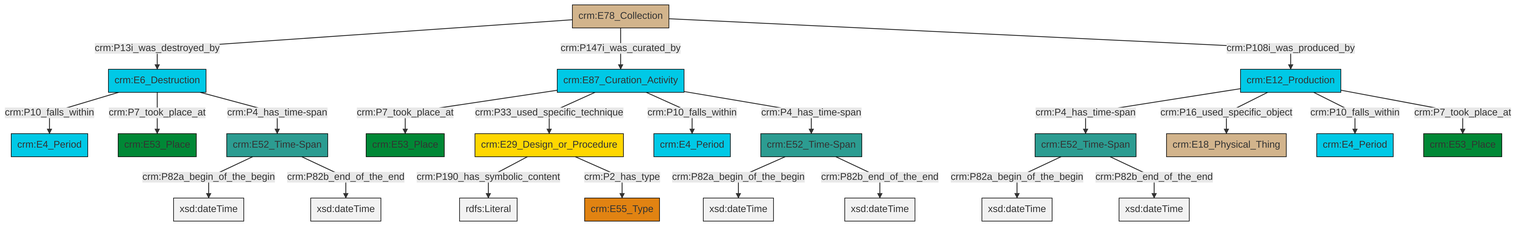
The Mermaid diagram et/archivalCSV/ttl/mmd/png/archival_existence.png in swiss-art-research-net/docs.swissartresearch, before a commit. Its source is kept beside it as et/archivalCSV/ttl/mmd/archival_existence.ttl.mmd.
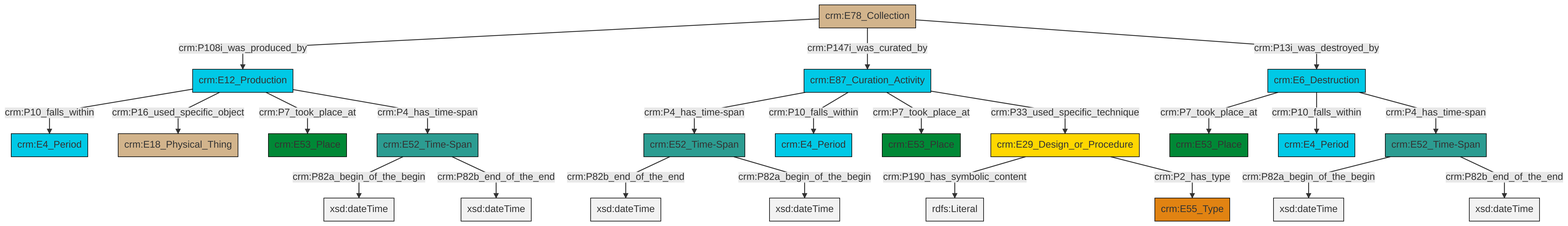
Above is the later version.

Diff of the diagram source:
```diff
@@ -13,25 +13,25 @@
 classDef PC_Classes fill:#4ce600, stroke:#000000;
 classDef Multi fill:#cccccc,stroke:#000000;
 
-0["crm:E87_Curation_Activity"]:::Temporal_Entity -->|crm:P7_took_place_at| 1["crm:E53_Place"]:::Place
-6["crm:E52_Time-Span"]:::Time-Span -->|crm:P82a_begin_of_the_begin| 7[xsd:dateTime]:::Literal
-6["crm:E52_Time-Span"]:::Time-Span -->|crm:P82b_end_of_the_end| 8[xsd:dateTime]:::Literal
-2["crm:E6_Destruction"]:::Temporal_Entity -->|crm:P10_falls_within| 9["crm:E4_Period"]:::Temporal_Entity
-10["crm:E52_Time-Span"]:::Time-Span -->|crm:P82a_begin_of_the_begin| 11[xsd:dateTime]:::Literal
-10["crm:E52_Time-Span"]:::Time-Span -->|crm:P82b_end_of_the_end| 12[xsd:dateTime]:::Literal
-14["crm:E29_Design_or_Procedure"]:::Conceptual_Object -->|crm:P190_has_symbolic_content| 16[rdfs:Literal]:::Literal
-17["crm:E12_Production"]:::Temporal_Entity -->|crm:P4_has_time-span| 6["crm:E52_Time-Span"]:::Time-Span
-20["crm:E78_Collection"]:::Physical_Thing -->|crm:P13i_was_destroyed_by| 2["crm:E6_Destruction"]:::Temporal_Entity
-21["crm:E52_Time-Span"]:::Time-Span -->|crm:P82a_begin_of_the_begin| 22[xsd:dateTime]:::Literal
-21["crm:E52_Time-Span"]:::Time-Span -->|crm:P82b_end_of_the_end| 23[xsd:dateTime]:::Literal
-0["crm:E87_Curation_Activity"]:::Temporal_Entity -->|crm:P33_used_specific_technique| 14["crm:E29_Design_or_Procedure"]:::Conceptual_Object
-17["crm:E12_Production"]:::Temporal_Entity -->|crm:P16_used_specific_object| 18["crm:E18_Physical_Thing"]:::Physical_Thing
-14["crm:E29_Design_or_Procedure"]:::Conceptual_Object -->|crm:P2_has_type| 26["crm:E55_Type"]:::Type
-0["crm:E87_Curation_Activity"]:::Temporal_Entity -->|crm:P10_falls_within| 29["crm:E4_Period"]:::Temporal_Entity
-17["crm:E12_Production"]:::Temporal_Entity -->|crm:P10_falls_within| 27["crm:E4_Period"]:::Temporal_Entity
-17["crm:E12_Production"]:::Temporal_Entity -->|crm:P7_took_place_at| 30["crm:E53_Place"]:::Place
-20["crm:E78_Collection"]:::Physical_Thing -->|crm:P147i_was_curated_by| 0["crm:E87_Curation_Activity"]:::Temporal_Entity
-20["crm:E78_Collection"]:::Physical_Thing -->|crm:P108i_was_produced_by| 17["crm:E12_Production"]:::Temporal_Entity
-2["crm:E6_Destruction"]:::Temporal_Entity -->|crm:P7_took_place_at| 4["crm:E53_Place"]:::Place
-2["crm:E6_Destruction"]:::Temporal_Entity -->|crm:P4_has_time-span| 21["crm:E52_Time-Span"]:::Time-Span
-0["crm:E87_Curation_Activity"]:::Temporal_Entity -->|crm:P4_has_time-span| 10["crm:E52_Time-Span"]:::Time-Span
+0["crm:E78_Collection"]:::Physical_Thing -->|crm:P108i_was_produced_by| 1["crm:E12_Production"]:::Temporal_Entity
+6["crm:E87_Curation_Activity"]:::Temporal_Entity -->|crm:P4_has_time-span| 7["crm:E52_Time-Span"]:::Time-Span
+8["crm:E52_Time-Span"]:::Time-Span -->|crm:P82a_begin_of_the_begin| 9[xsd:dateTime]:::Literal
+10["crm:E29_Design_or_Procedure"]:::Conceptual_Object -->|crm:P190_has_symbolic_content| 11[rdfs:Literal]:::Literal
+10["crm:E29_Design_or_Procedure"]:::Conceptual_Object -->|crm:P2_has_type| 2["crm:E55_Type"]:::Type
+1["crm:E12_Production"]:::Temporal_Entity -->|crm:P10_falls_within| 12["crm:E4_Period"]:::Temporal_Entity
+0["crm:E78_Collection"]:::Physical_Thing -->|crm:P147i_was_curated_by| 6["crm:E87_Curation_Activity"]:::Temporal_Entity
+1["crm:E12_Production"]:::Temporal_Entity -->|crm:P16_used_specific_object| 18["crm:E18_Physical_Thing"]:::Physical_Thing
+6["crm:E87_Curation_Activity"]:::Temporal_Entity -->|crm:P10_falls_within| 21["crm:E4_Period"]:::Temporal_Entity
+7["crm:E52_Time-Span"]:::Time-Span -->|crm:P82b_end_of_the_end| 22[xsd:dateTime]:::Literal
+23["crm:E52_Time-Span"]:::Time-Span -->|crm:P82a_begin_of_the_begin| 24[xsd:dateTime]:::Literal
+0["crm:E78_Collection"]:::Physical_Thing -->|crm:P13i_was_destroyed_by| 16["crm:E6_Destruction"]:::Temporal_Entity
+1["crm:E12_Production"]:::Temporal_Entity -->|crm:P7_took_place_at| 26["crm:E53_Place"]:::Place
+23["crm:E52_Time-Span"]:::Time-Span -->|crm:P82b_end_of_the_end| 27[xsd:dateTime]:::Literal
+16["crm:E6_Destruction"]:::Temporal_Entity -->|crm:P7_took_place_at| 19["crm:E53_Place"]:::Place
+16["crm:E6_Destruction"]:::Temporal_Entity -->|crm:P10_falls_within| 4["crm:E4_Period"]:::Temporal_Entity
+7["crm:E52_Time-Span"]:::Time-Span -->|crm:P82a_begin_of_the_begin| 32[xsd:dateTime]:::Literal
+6["crm:E87_Curation_Activity"]:::Temporal_Entity -->|crm:P7_took_place_at| 14["crm:E53_Place"]:::Place
+16["crm:E6_Destruction"]:::Temporal_Entity -->|crm:P4_has_time-span| 23["crm:E52_Time-Span"]:::Time-Span
+1["crm:E12_Production"]:::Temporal_Entity -->|crm:P4_has_time-span| 8["crm:E52_Time-Span"]:::Time-Span
+8["crm:E52_Time-Span"]:::Time-Span -->|crm:P82b_end_of_the_end| 37[xsd:dateTime]:::Literal
+6["crm:E87_Curation_Activity"]:::Temporal_Entity -->|crm:P33_used_specific_technique| 10["crm:E29_Design_or_Procedure"]:::Conceptual_Object
```
